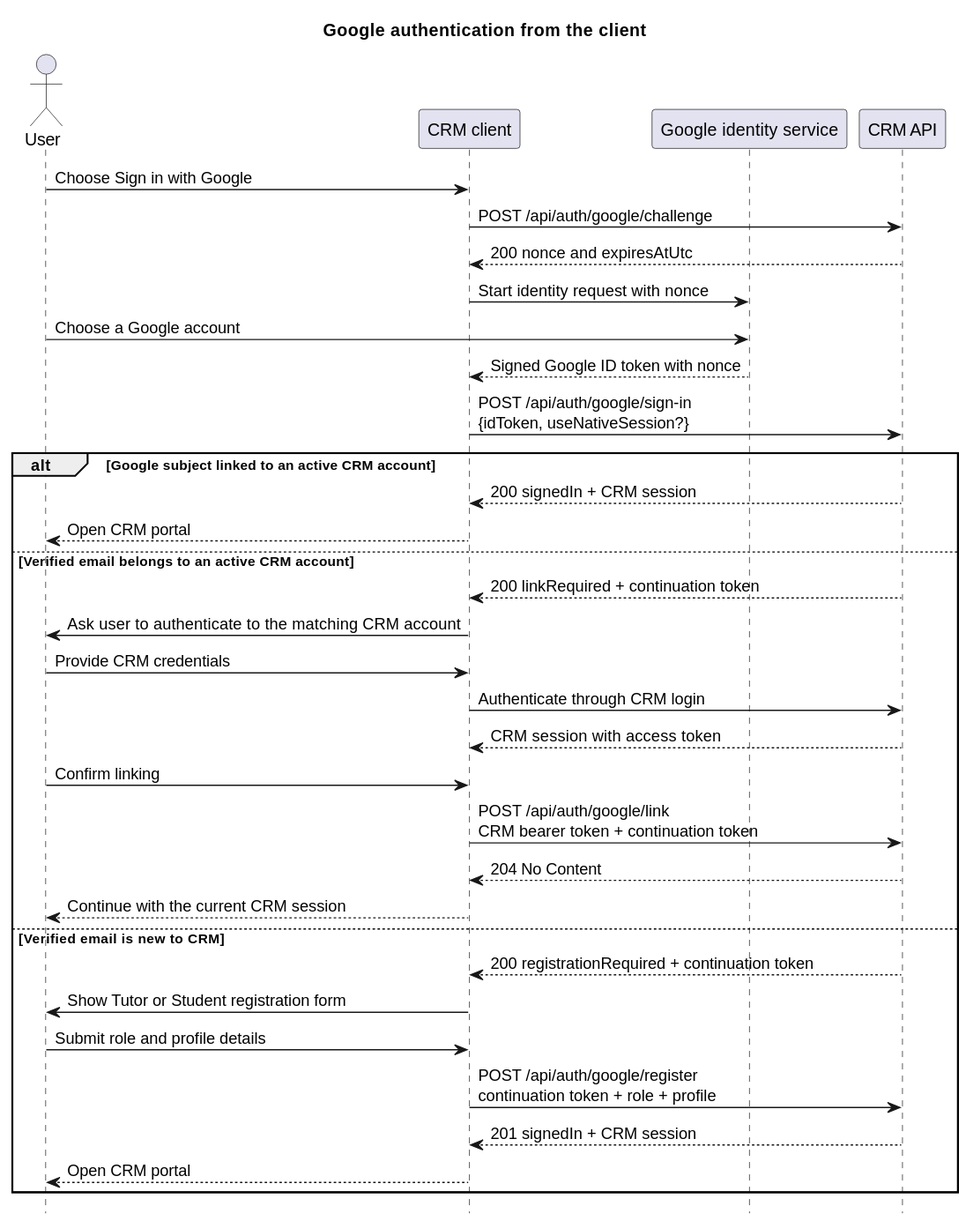
The PlantUML diagram docs/technical_docs/backend_docs/user_stories/us_073/diagrams/google-auth-flow.svg in JStec0312/Tutoring-CRM-System, before a commit. The source it was exported from:
```plantuml
@startuml
title Google authentication from the client
hide footbox

actor User
participant "CRM client" as Client
participant "Google identity service" as Google
participant "CRM API" as Api

User -> Client: Choose Sign in with Google
Client -> Api: POST /api/auth/google/challenge
Api --> Client: 200 nonce and expiresAtUtc
Client -> Google: Start identity request with nonce
User -> Google: Choose a Google account
Google --> Client: Signed Google ID token with nonce
Client -> Api: POST /api/auth/google/sign-in\n{idToken, useNativeSession?}

alt Google subject linked to an active CRM account
    Api --> Client: 200 signedIn + CRM session
    Client --> User: Open CRM portal
else Verified email belongs to an active CRM account
    Api --> Client: 200 linkRequired + continuation token
    Client -> User: Ask user to authenticate to the matching CRM account
    User -> Client: Provide CRM credentials
    Client -> Api: Authenticate through CRM login
    Api --> Client: CRM session with access token
    User -> Client: Confirm linking
    Client -> Api: POST /api/auth/google/link\nCRM bearer token + continuation token
    Api --> Client: 204 No Content
    Client --> User: Continue with the current CRM session
else Verified email is new to CRM
    Api --> Client: 200 registrationRequired + continuation token
    Client -> User: Show Tutor or Student registration form
    User -> Client: Submit role and profile details
    Client -> Api: POST /api/auth/google/register\ncontinuation token + role + profile
    Api --> Client: 201 signedIn + CRM session
    Client --> User: Open CRM portal
end
@enduml
```
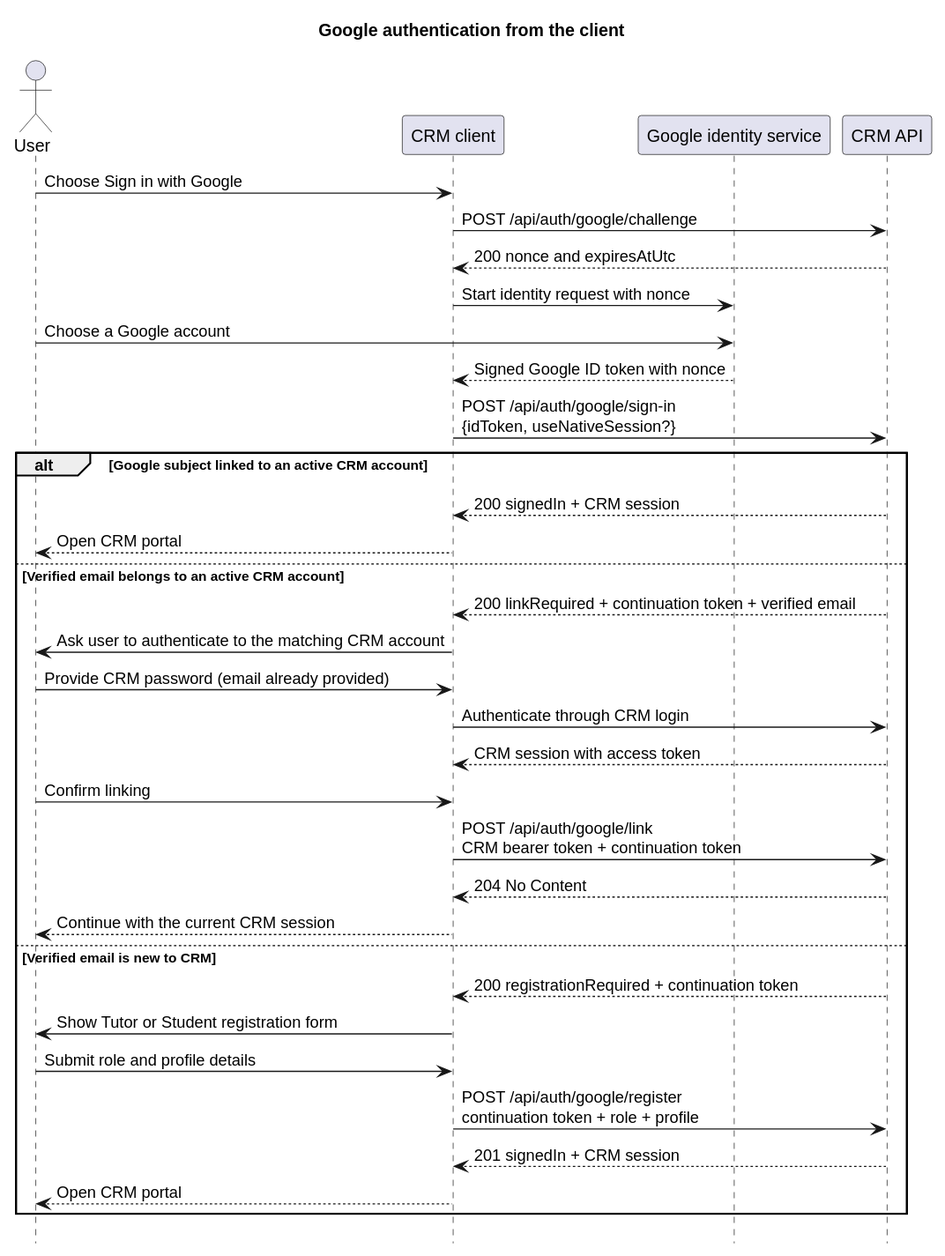
Later version of the same file.

Diff of the diagram source:
```diff
@@ -19,9 +19,9 @@
     Api --> Client: 200 signedIn + CRM session
     Client --> User: Open CRM portal
 else Verified email belongs to an active CRM account
-    Api --> Client: 200 linkRequired + continuation token
+    Api --> Client: 200 linkRequired + continuation token + verified email
     Client -> User: Ask user to authenticate to the matching CRM account
-    User -> Client: Provide CRM credentials
+    User -> Client: Provide CRM password (email already provided)
     Client -> Api: Authenticate through CRM login
     Api --> Client: CRM session with access token
     User -> Client: Confirm linking
```
